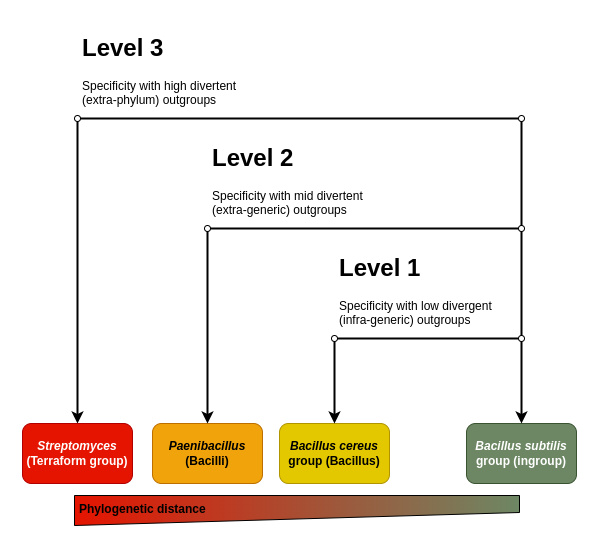
LepistaBioinformatics/classeq keeps this draw.io diagram as docs/drawio/classeq-validation-assays.png. Above is the earlier version. Source tidied: cells renumbered, new cells last; positions are measured from the earlier drawing's top-left corner, leaving out a move shared by most shapes.
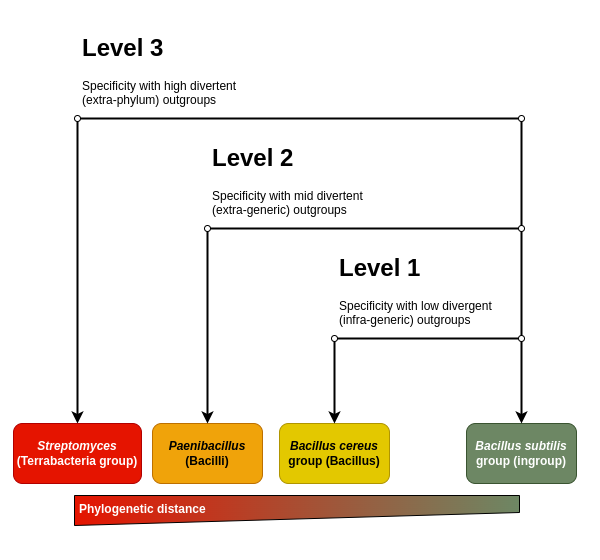
After the commit.

Diff of the diagram source:
```diff
@@ -29,8 +29,8 @@
     <mxCell id="10" style="edgeStyle=orthogonalEdgeStyle;rounded=0;jettySize=auto;html=1;strokeWidth=2;flowAnimation=1;" parent="1" edge="1" source="15" target="2">
       <mxGeometry relative="1" as="geometry" />
     </mxCell>
-    <mxCell id="11" value="&lt;b&gt;&lt;i&gt;Streptomyces&lt;/i&gt;&lt;br&gt;(Terraform group)&lt;br&gt;&lt;/b&gt;&lt;span style=&quot;&quot;&gt;&lt;/span&gt;" style="rounded=1;whiteSpace=wrap;html=1;fillColor=#e51400;fontColor=#ffffff;strokeColor=#B20000;" parent="1" vertex="1">
-      <mxGeometry y="395" width="110" height="60" as="geometry" />
+    <mxCell id="11" value="&lt;i style=&quot;font-weight: bold;&quot;&gt;Streptomyces&lt;/i&gt;&lt;br&gt;&lt;b&gt;(Terrabacteria&amp;nbsp;group)&lt;/b&gt;&lt;span style=&quot;&quot;&gt;&lt;/span&gt;" style="rounded=1;whiteSpace=wrap;html=1;fillColor=#e51400;fontColor=#ffffff;strokeColor=#B20000;" parent="1" vertex="1">
+      <mxGeometry x="-9" y="395" width="128" height="60" as="geometry" />
     </mxCell>
     <mxCell id="12" style="edgeStyle=orthogonalEdgeStyle;rounded=0;jettySize=auto;html=1;strokeWidth=2;flowAnimation=1;endArrow=none;endFill=0;" parent="1" edge="1" source="13" target="15">
       <mxGeometry relative="1" as="geometry" />
@@ -71,7 +71,7 @@
     <mxCell id="24" style="ellipse;whiteSpace=wrap;html=1;" parent="1" vertex="1">
       <mxGeometry x="496" y="87" width="6" height="6" as="geometry" />
     </mxCell>
-    <mxCell id="25" value="&lt;b&gt;Phylogenetic distance&lt;/b&gt;" style="text;html=1;strokeColor=none;fillColor=none;align=left;verticalAlign=middle;whiteSpace=wrap;rounded=0;" parent="1" vertex="1">
+    <mxCell id="25" value="&lt;b&gt;Phylogenetic distance&lt;/b&gt;" style="text;html=1;strokeColor=none;fillColor=none;align=left;verticalAlign=middle;whiteSpace=wrap;rounded=0;fontColor=#FFFFFF;" parent="1" vertex="1">
       <mxGeometry x="55" y="466" width="168" height="30" as="geometry" />
     </mxCell>
   </root>
```
